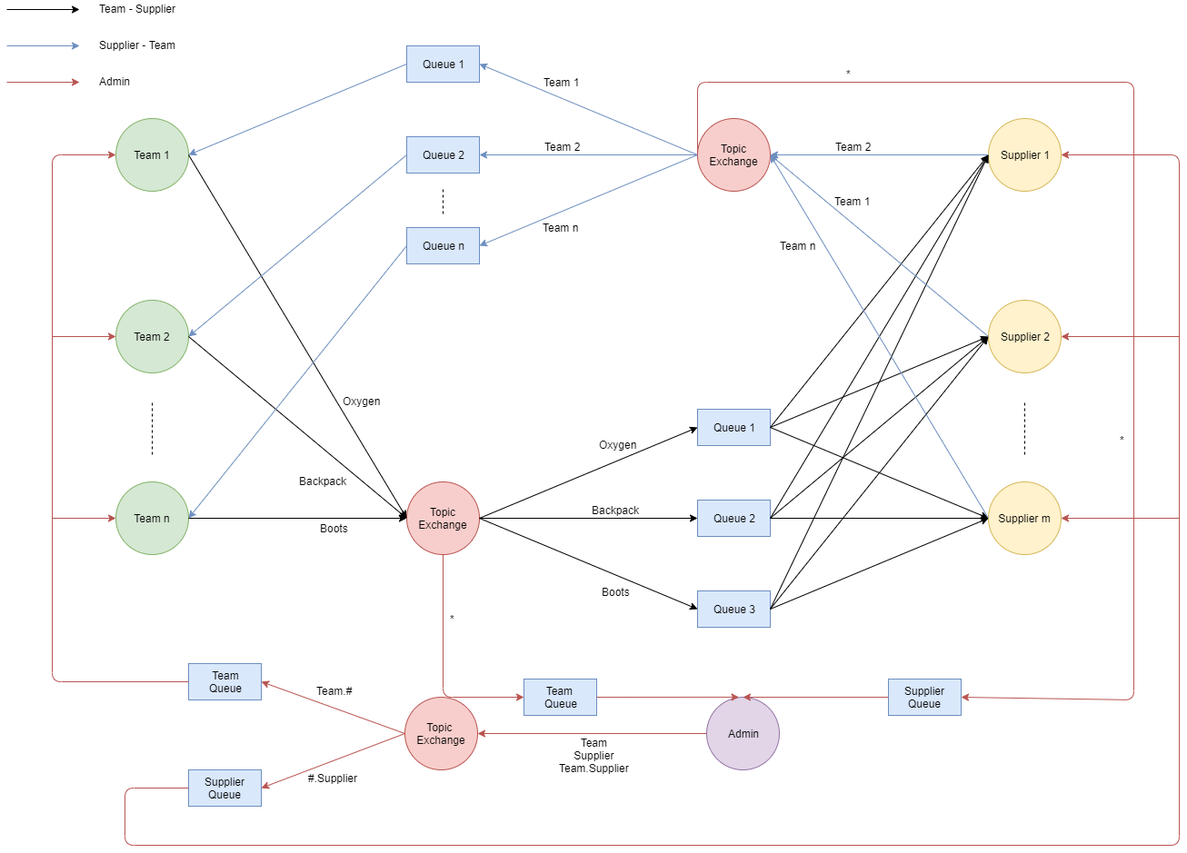
Earlier version of the draw.io export Lab2/diagram.png (LucasJezap/DistributedSystems). Source tidied: cells renumbered, new cells last; positions are measured from the earlier drawing's top-left corner, leaving out a move shared by most shapes.
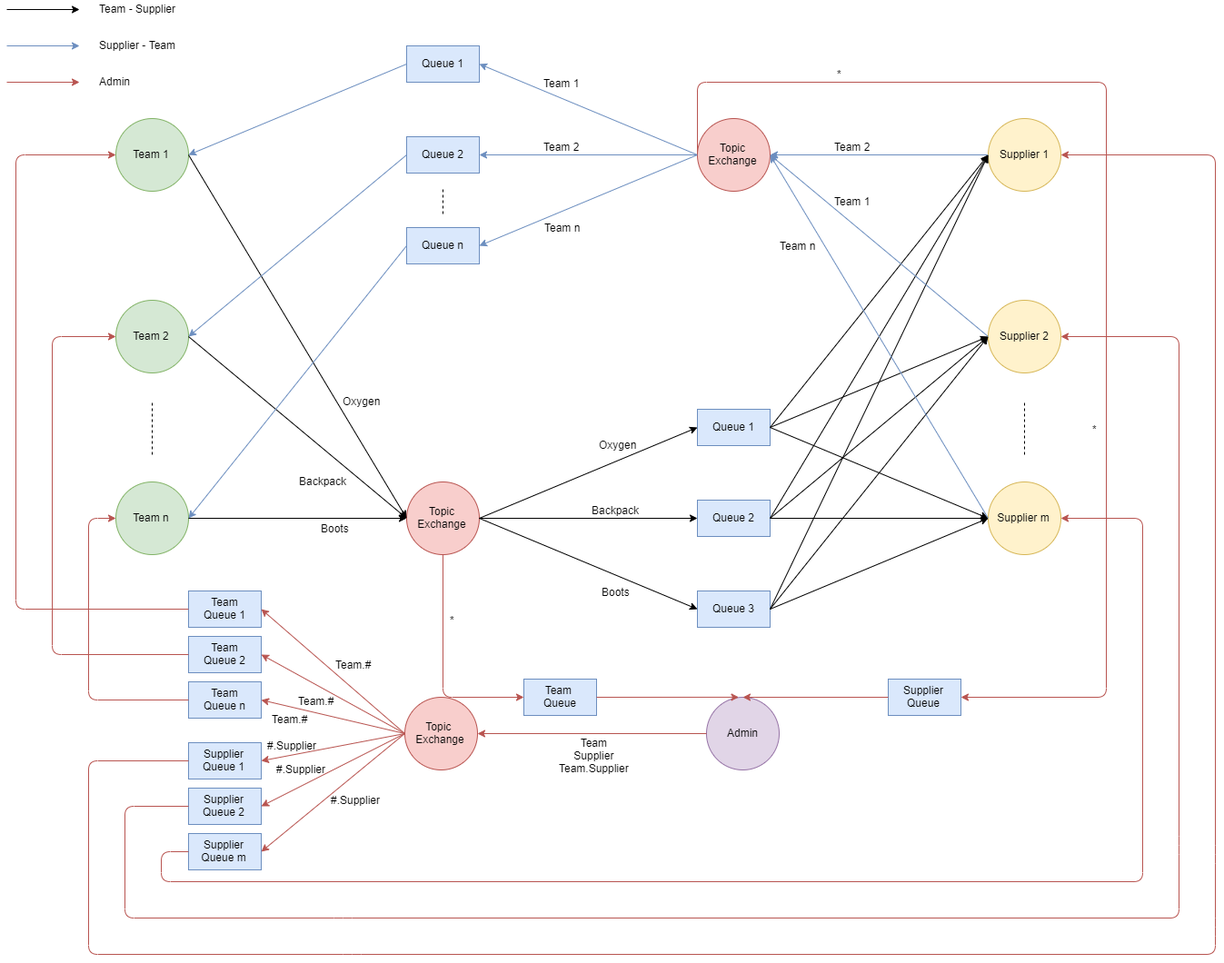
After the change.

Diff of the diagram source:
```diff
@@ -197,8 +197,8 @@
       <mxGeometry relative="1" as="geometry">
         <Array as="points">
           <mxPoint x="760" y="90" />
-          <mxPoint x="1240" y="90" />
-          <mxPoint x="1240" y="770" />
+          <mxPoint x="1210" y="90" />
+          <mxPoint x="1210" y="767" />
         </Array>
       </mxGeometry>
     </mxCell>
@@ -223,11 +223,11 @@
         <mxPoint x="-11" y="22" as="offset" />
       </mxGeometry>
     </mxCell>
-    <mxCell id="62" value="Team&lt;br&gt;Queue" style="rounded=0;whiteSpace=wrap;html=1;fillColor=#dae8fc;strokeColor=#6c8ebf;" parent="1" vertex="1">
-      <mxGeometry x="200" y="730" width="80" height="40" as="geometry" />
+    <mxCell id="62" value="Team&lt;br&gt;Queue 2" style="rounded=0;whiteSpace=wrap;html=1;fillColor=#dae8fc;strokeColor=#6c8ebf;" parent="1" vertex="1">
+      <mxGeometry x="200" y="700" width="80" height="40" as="geometry" />
     </mxCell>
-    <mxCell id="63" value="Supplier Queue" style="rounded=0;whiteSpace=wrap;html=1;fillColor=#dae8fc;strokeColor=#6c8ebf;" parent="1" vertex="1">
-      <mxGeometry x="200" y="847" width="80" height="40" as="geometry" />
+    <mxCell id="63" value="Supplier Queue 2" style="rounded=0;whiteSpace=wrap;html=1;fillColor=#dae8fc;strokeColor=#6c8ebf;" parent="1" vertex="1">
+      <mxGeometry x="200" y="867" width="80" height="40" as="geometry" />
     </mxCell>
     <mxCell id="64" style="endArrow=classic;html=1;exitX=0;exitY=0.5;exitDx=0;exitDy=0;entryX=1;entryY=0.5;entryDx=0;entryDy=0;fillColor=#f8cecc;strokeColor=#b85450;" parent="1" edge="1" source="59" target="63">
       <mxGeometry relative="1" as="geometry" />
@@ -237,49 +237,23 @@
     </mxCell>
     <mxCell id="66" value="Team.#" style="text;html=1;align=center;verticalAlign=middle;labelBackgroundColor=#ffffff;" parent="65" vertex="1">
       <mxGeometry x="0.09" y="1" relative="1" as="geometry">
-        <mxPoint x="8.5" y="-17" as="offset" />
+        <mxPoint x="-11.5" y="9.5" as="offset" />
       </mxGeometry>
     </mxCell>
-    <mxCell id="67" style="endArrow=classic;html=1;entryX=0;entryY=0.5;entryDx=0;entryDy=0;fillColor=#f8cecc;strokeColor=#b85450;exitX=0;exitY=0.5;exitDx=0;exitDy=0;" parent="1" edge="1" source="62" target="2">
-      <mxGeometry relative="1" as="geometry">
-        <Array as="points">
-          <mxPoint x="50" y="750" />
-          <mxPoint x="50" y="170" />
-        </Array>
-      </mxGeometry>
-    </mxCell>
-    <mxCell id="68" style="endArrow=classic;html=1;entryX=0;entryY=0.5;entryDx=0;entryDy=0;fillColor=#f8cecc;strokeColor=#b85450;" parent="1" edge="1" target="3">
-      <mxGeometry relative="1" as="geometry">
-        <mxPoint x="50" y="370" as="sourcePoint" />
-      </mxGeometry>
-    </mxCell>
-    <mxCell id="69" style="endArrow=classic;html=1;entryX=0;entryY=0.5;entryDx=0;entryDy=0;fillColor=#f8cecc;strokeColor=#b85450;" parent="1" edge="1" target="4">
-      <mxGeometry relative="1" as="geometry">
-        <mxPoint x="50" y="570" as="sourcePoint" />
-      </mxGeometry>
-    </mxCell>
-    <mxCell id="70" style="endArrow=classic;html=1;exitX=0;exitY=0.5;exitDx=0;exitDy=0;entryX=1;entryY=0.5;entryDx=0;entryDy=0;fillColor=#f8cecc;strokeColor=#b85450;" parent="1" edge="1" source="63" target="22">
+    <mxCell id="70" style="endArrow=classic;html=1;exitX=0;exitY=0.5;exitDx=0;exitDy=0;entryX=1;entryY=0.5;entryDx=0;entryDy=0;fillColor=#f8cecc;strokeColor=#b85450;" parent="1" edge="1" source="63" target="23">
       <mxGeometry relative="1" as="geometry">
         <Array as="points">
-          <mxPoint x="130" y="867" />
-          <mxPoint x="130" y="930" />
+          <mxPoint x="130" y="887" />
+          <mxPoint x="130" y="1010" />
+          <mxPoint x="370" y="1010" />
+          <mxPoint x="1290" y="1010" />
           <mxPoint x="1290" y="930" />
-          <mxPoint x="1290" y="170" />
+          <mxPoint x="1290" y="370" />
         </Array>
       </mxGeometry>
     </mxCell>
-    <mxCell id="71" style="endArrow=classic;html=1;entryX=1;entryY=0.5;entryDx=0;entryDy=0;fillColor=#f8cecc;strokeColor=#b85450;" parent="1" edge="1" target="23">
-      <mxGeometry relative="1" as="geometry">
-        <mxPoint x="1290" y="370" as="sourcePoint" />
-      </mxGeometry>
-    </mxCell>
-    <mxCell id="72" style="endArrow=classic;html=1;entryX=1;entryY=0.5;entryDx=0;entryDy=0;fillColor=#f8cecc;strokeColor=#b85450;" parent="1" edge="1" target="24">
-      <mxGeometry relative="1" as="geometry">
-        <mxPoint x="1290" y="570" as="sourcePoint" />
-      </mxGeometry>
-    </mxCell>
     <mxCell id="73" value="#.Supplier" style="text;html=1;align=left;verticalAlign=top;spacingTop=-4;" parent="1" vertex="1">
-      <mxGeometry x="330" y="847" width="70" height="20" as="geometry" />
+      <mxGeometry x="295" y="837" width="70" height="20" as="geometry" />
     </mxCell>
     <mxCell id="74" style="endArrow=classic;html=1;" parent="1" edge="1">
       <mxGeometry relative="1" as="geometry">
@@ -332,5 +306,92 @@
     <mxCell id="85" style="endArrow=classic;html=1;fillColor=#f8cecc;strokeColor=#b85450;entryX=0.5;entryY=0;entryDx=0;entryDy=0;exitX=0;exitY=0.5;exitDx=0;exitDy=0;" parent="1" edge="1" source="81" target="55">
       <mxGeometry relative="1" as="geometry" />
     </mxCell>
+    <mxCell id="86" value="Team&lt;br&gt;Queue 1" style="rounded=0;whiteSpace=wrap;html=1;fillColor=#dae8fc;strokeColor=#6c8ebf;" parent="1" vertex="1">
+      <mxGeometry x="200" y="650" width="80" height="40" as="geometry" />
+    </mxCell>
+    <mxCell id="87" value="Team&lt;br&gt;Queue n" style="rounded=0;whiteSpace=wrap;html=1;fillColor=#dae8fc;strokeColor=#6c8ebf;" parent="1" vertex="1">
+      <mxGeometry x="200" y="750" width="80" height="40" as="geometry" />
+    </mxCell>
+    <mxCell id="88" value="Supplier Queue 1" style="rounded=0;whiteSpace=wrap;html=1;fillColor=#dae8fc;strokeColor=#6c8ebf;" parent="1" vertex="1">
+      <mxGeometry x="200" y="817" width="80" height="40" as="geometry" />
+    </mxCell>
+    <mxCell id="89" value="Supplier Queue m" style="rounded=0;whiteSpace=wrap;html=1;fillColor=#dae8fc;strokeColor=#6c8ebf;" parent="1" vertex="1">
+      <mxGeometry x="200" y="917" width="80" height="40" as="geometry" />
+    </mxCell>
+    <mxCell id="90" style="endArrow=classic;html=1;exitX=0;exitY=0.5;exitDx=0;exitDy=0;entryX=1;entryY=0.5;entryDx=0;entryDy=0;fillColor=#f8cecc;strokeColor=#b85450;" parent="1" edge="1" source="59" target="86">
+      <mxGeometry relative="1" as="geometry" />
+    </mxCell>
+    <mxCell id="91" value="Team.#" style="text;html=1;align=center;verticalAlign=middle;labelBackgroundColor=#ffffff;" parent="90" vertex="1">
+      <mxGeometry x="0.09" y="1" relative="1" as="geometry">
+        <mxPoint x="29" y="-3" as="offset" />
+      </mxGeometry>
+    </mxCell>
+    <mxCell id="92" style="endArrow=classic;html=1;exitX=0;exitY=0.5;exitDx=0;exitDy=0;entryX=1;entryY=0.5;entryDx=0;entryDy=0;fillColor=#f8cecc;strokeColor=#b85450;" parent="1" edge="1" source="59" target="87">
+      <mxGeometry relative="1" as="geometry" />
+    </mxCell>
+    <mxCell id="93" value="Team.#" style="text;html=1;align=center;verticalAlign=middle;labelBackgroundColor=#ffffff;" parent="92" vertex="1">
+      <mxGeometry x="0.09" y="1" relative="1" as="geometry">
+        <mxPoint x="-41.5" y="2" as="offset" />
+      </mxGeometry>
+    </mxCell>
+    <mxCell id="94" style="endArrow=classic;html=1;exitX=0;exitY=0.5;exitDx=0;exitDy=0;entryX=1;entryY=0.5;entryDx=0;entryDy=0;fillColor=#f8cecc;strokeColor=#b85450;" parent="1" edge="1" source="59" target="89">
+      <mxGeometry relative="1" as="geometry" />
+    </mxCell>
+    <mxCell id="95" style="endArrow=classic;html=1;exitX=0;exitY=0.5;exitDx=0;exitDy=0;entryX=1;entryY=0.5;entryDx=0;entryDy=0;fillColor=#f8cecc;strokeColor=#b85450;" parent="1" edge="1" source="59" target="88">
+      <mxGeometry relative="1" as="geometry" />
+    </mxCell>
+    <mxCell id="96" value="#.Supplier" style="text;html=1;" parent="1" vertex="1">
+      <mxGeometry x="285" y="807" width="80" height="30" as="geometry" />
+    </mxCell>
+    <mxCell id="97" value="#.Supplier" style="text;html=1;" parent="1" vertex="1">
+      <mxGeometry x="355" y="867" width="80" height="30" as="geometry" />
+    </mxCell>
+    <mxCell id="98" style="endArrow=classic;html=1;fillColor=#f8cecc;strokeColor=#b85450;exitX=0;exitY=0.5;exitDx=0;exitDy=0;entryX=0;entryY=0.5;entryDx=0;entryDy=0;" parent="1" edge="1" source="86" target="2">
+      <mxGeometry relative="1" as="geometry">
+        <Array as="points">
+          <mxPoint x="10" y="670" />
+          <mxPoint x="10" y="170" />
+        </Array>
+      </mxGeometry>
+    </mxCell>
+    <mxCell id="99" style="endArrow=classic;html=1;fillColor=#f8cecc;strokeColor=#b85450;exitX=0;exitY=0.5;exitDx=0;exitDy=0;entryX=0;entryY=0.5;entryDx=0;entryDy=0;" parent="1" edge="1" source="87" target="4">
+      <mxGeometry relative="1" as="geometry">
+        <Array as="points">
+          <mxPoint x="90" y="770" />
+          <mxPoint x="90" y="570" />
+        </Array>
+      </mxGeometry>
+    </mxCell>
+    <mxCell id="100" style="endArrow=classic;html=1;fillColor=#f8cecc;strokeColor=#b85450;exitX=0;exitY=0.5;exitDx=0;exitDy=0;entryX=0;entryY=0.5;entryDx=0;entryDy=0;" parent="1" edge="1" source="62" target="3">
+      <mxGeometry relative="1" as="geometry">
+        <Array as="points">
+          <mxPoint x="50" y="720" />
+          <mxPoint x="50" y="370" />
+        </Array>
+      </mxGeometry>
+    </mxCell>
+    <mxCell id="101" style="endArrow=classic;html=1;exitX=0;exitY=0.5;exitDx=0;exitDy=0;entryX=1;entryY=0.5;entryDx=0;entryDy=0;fillColor=#f8cecc;strokeColor=#b85450;" parent="1" edge="1" source="88" target="22">
+      <mxGeometry relative="1" as="geometry">
+        <Array as="points">
+          <mxPoint x="90" y="837" />
+          <mxPoint x="90" y="1050" />
+          <mxPoint x="380" y="1050" />
+          <mxPoint x="1330" y="1050" />
+          <mxPoint x="1330" y="1020" />
+          <mxPoint x="1330" y="940" />
+          <mxPoint x="1330" y="170" />
+        </Array>
+      </mxGeometry>
+    </mxCell>
+    <mxCell id="102" style="endArrow=classic;html=1;exitX=0;exitY=0.5;exitDx=0;exitDy=0;entryX=1;entryY=0.5;entryDx=0;entryDy=0;fillColor=#f8cecc;strokeColor=#b85450;" parent="1" edge="1" source="89" target="24">
+      <mxGeometry relative="1" as="geometry">
+        <Array as="points">
+          <mxPoint x="170" y="937" />
+          <mxPoint x="170" y="970" />
+          <mxPoint x="1250" y="970" />
+          <mxPoint x="1250" y="570" />
+        </Array>
+      </mxGeometry>
+    </mxCell>
   </root>
 </mxGraphModel>
```
